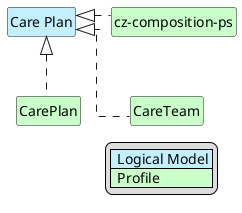
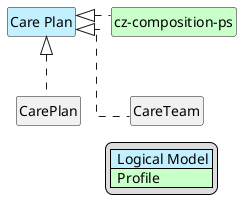
@startuml PS_CarePlan-map
hide circle
hide stereotype
hide members
hide methods
skinparam linetype ortho
skinparam class {
BackgroundColor<<LogicalModel>> #APPLICATION
BackgroundColor<<Profile>> #TECHNOLOGY
}
legend right
| <#APPLICATION>  Logical Model |
| <#TECHNOLOGY>  Profile |
endlegend
class "Care Plan" <<LogicalModel>> [[StructureDefinition-LogCarePlanCzEn.html]]
' note top #PaleTurquoise [[ConceptMap-carePlan2FHIR-cz-ps.html]]
' Concept Map
' endnote
' --- Profiles mapping Alerts ---
class "cz-composition-ps" <<Profile>> [[StructureDefinition-cz-composition-ps.html]]
- class "CarePlan" <<Profile>> [[StructureDefinition-CarePlan.html]]
- class "CareTeam" <<Profile>> [[StructureDefinition-CareTeam.html]]
+ class "CarePlan" <<FHIR Resource>> [[https://hl7.org/fhir/R4/careplan.html]]
+ class "CareTeam" <<FHIR Resource>> [[https://hl7.org/fhir/R4/careteam.html]]
' --- Realization links ---
"Care Plan" <|. "cz-composition-ps"
"Care Plan" <|. "CarePlan"
"Care Plan" <|. "CareTeam"
' ' (volitelné – skryté vazby jen pro rozložení v diagramu)
"Care Plan" -d[hidden]-> "cz-composition-ps"
"cz-composition-ps" -d[hidden]-> "CarePlan"
"cz-composition-ps" -d[hidden]-> "CareTeam"
@enduml